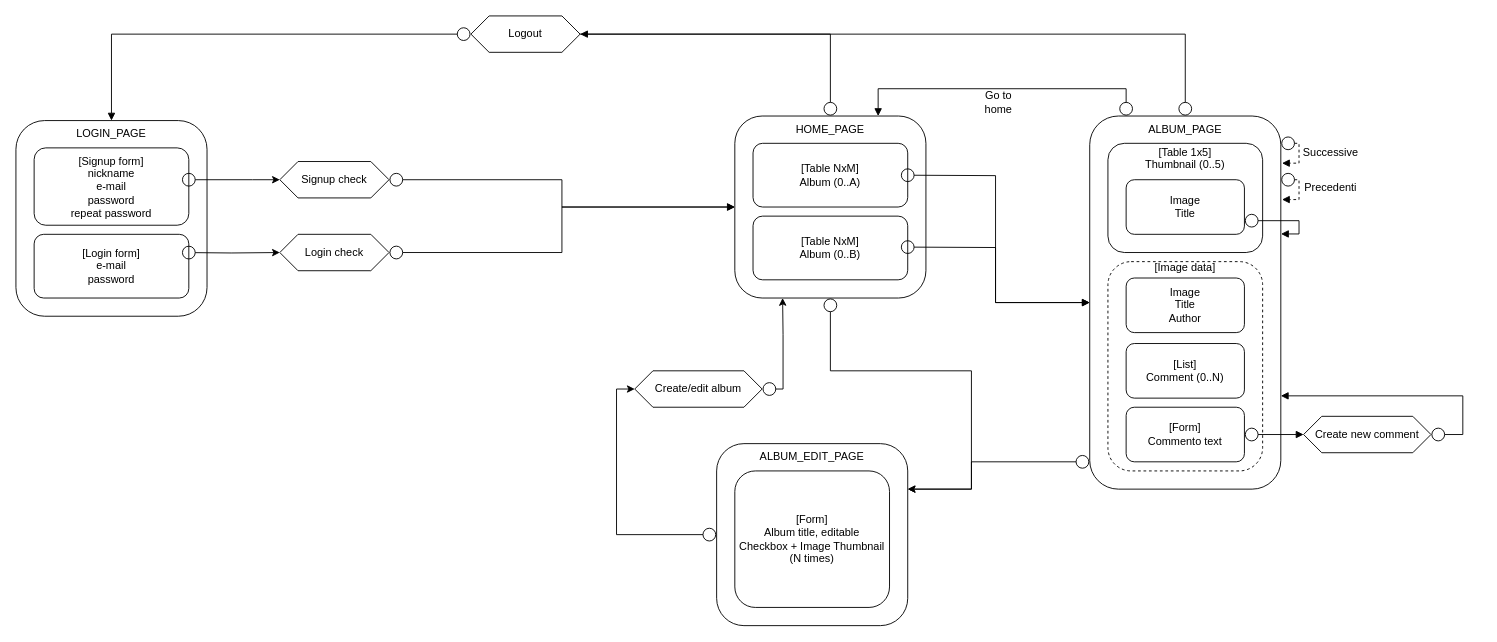
daniLOLZ/TIW-Gallery-2022 keeps this draw.io diagram as Design/Diagramma_IFML.drawio. Above is the earlier version. Source tidied: cells renumbered, new cells numbered last; positions are measured from the earlier drawing's top-left corner, leaving out a move shared by most shapes. Both pictures are drawn from the tidied source at 91%, with x=0, y=0 at pixel (15, 15).
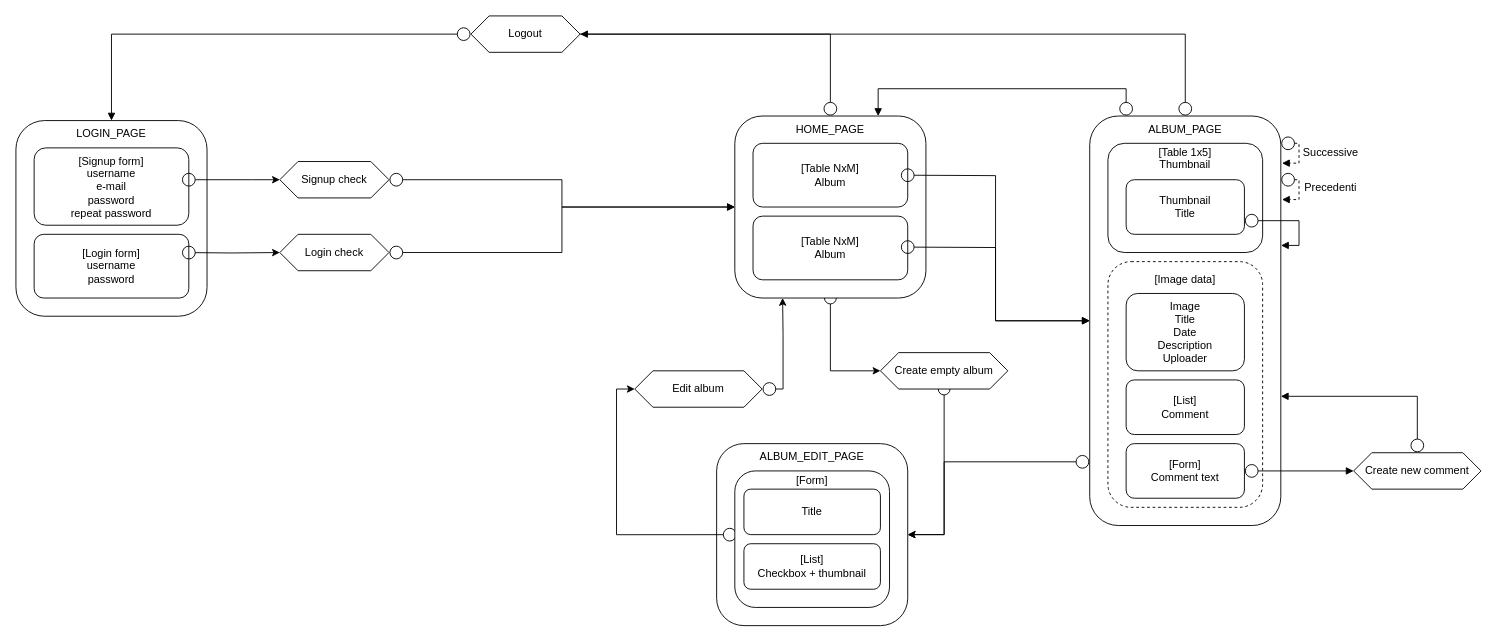
The same diagram, later.

Unchanged cells that the change refers to:
```xml
<mxCell id="5" style="rounded=1;whiteSpace=wrap;html=1;strokeColor=default;" parent="1" vertex="1">
  <mxGeometry x="790" y="110" width="210" height="200" as="geometry" />
</mxCell>
<mxCell id="42" style="rounded=1;whiteSpace=wrap;html=1;strokeColor=default;" parent="1" vertex="1">
  <mxGeometry x="770" y="470" width="210" height="200" as="geometry" />
</mxCell>
```

The edit, as a diff of the source:
```diff
@@
-    <mxCell id="4" style="edgeStyle=orthogonalEdgeStyle;rounded=0;jettySize=auto;html=1;startArrow=circle;startFill=0;entryX=1;entryY=0.25;entryDx=0;entryDy=0;" parent="1" edge="1" source="5" target="42">
-      <mxGeometry relative="1" as="geometry">
-        <Array as="points">
-          <mxPoint x="895" y="390" />
-          <mxPoint x="1050" y="390" />
-          <mxPoint x="1050" y="520" />
-        </Array>
-      </mxGeometry>
-    </mxCell>
+    <mxCell id="48" style="edgeStyle=orthogonalEdgeStyle;rounded=0;jettySize=auto;html=1;entryX=0;entryY=0.5;entryDx=0;entryDy=0;startArrow=oval;startFill=0;startSize=13;" parent="1" edge="1" source="5" target="50">
+      <mxGeometry relative="1" as="geometry" />
+    </mxCell>
@@
-    <mxCell id="6" value="&lt;span&gt;[Table NxM]&lt;/span&gt;&lt;br&gt;&lt;span&gt;Album (0..A)&lt;/span&gt;" style="rounded=1;whiteSpace=wrap;html=1;strokeColor=default;" parent="1" vertex="1">
+    <mxCell id="6" value="&lt;span&gt;[Table NxM]&lt;/span&gt;&lt;br&gt;&lt;span&gt;Album&lt;/span&gt;" style="rounded=1;whiteSpace=wrap;html=1;strokeColor=default;" parent="1" vertex="1">
       <mxGeometry x="810" y="140" width="170" height="70" as="geometry" />
     </mxCell>
@@
-    <mxCell id="10" value="&lt;span&gt;[Table NxM]&lt;/span&gt;&lt;br&gt;&lt;span&gt;Album (0..B)&lt;/span&gt;" style="rounded=1;whiteSpace=wrap;html=1;strokeColor=default;" parent="1" vertex="1">
+    <mxCell id="10" value="&lt;span&gt;[Table NxM]&lt;/span&gt;&lt;br&gt;&lt;span&gt;Album&lt;/span&gt;" style="rounded=1;whiteSpace=wrap;html=1;strokeColor=default;" parent="1" vertex="1">
       <mxGeometry x="810" y="220" width="170" height="70" as="geometry" />
     </mxCell>
@@
-    <mxCell id="12" style="edgeStyle=orthogonalEdgeStyle;rounded=0;jettySize=auto;html=1;entryX=1;entryY=0.25;entryDx=0;entryDy=0;startArrow=circle;startFill=0;" parent="1" edge="1" source="13" target="42">
+    <mxCell id="12" style="edgeStyle=orthogonalEdgeStyle;rounded=0;jettySize=auto;html=1;entryX=1;entryY=0.5;entryDx=0;entryDy=0;startArrow=circle;startFill=0;" parent="1" edge="1" source="13" target="42">
       <mxGeometry relative="1" as="geometry">
         <Array as="points">
-          <mxPoint x="1050" y="490" />
-          <mxPoint x="1050" y="520" />
+          <mxPoint x="1020" y="490" />
+          <mxPoint x="1020" y="570" />
         </Array>
       </mxGeometry>
     </mxCell>
     <mxCell id="13" style="rounded=1;whiteSpace=wrap;html=1;strokeColor=default;" parent="1" vertex="1">
-      <mxGeometry x="1180" y="110" width="210" height="410" as="geometry" />
+      <mxGeometry x="1180" y="110" width="210" height="450" as="geometry" />
     </mxCell>
-    <mxCell id="14" value="&lt;span&gt;[Table 1x5]&lt;/span&gt;&lt;br&gt;&lt;span&gt;Thumbnail (0..5)&lt;br&gt;&lt;br&gt;&lt;br&gt;&lt;br&gt;&lt;br&gt;&lt;br&gt;&lt;br&gt;&lt;/span&gt;" style="rounded=1;whiteSpace=wrap;html=1;strokeColor=default;" parent="1" vertex="1">
+    <mxCell id="14" value="&lt;span&gt;[Table 1x5]&lt;/span&gt;&lt;br&gt;&lt;span&gt;Thumbnail&lt;br&gt;&lt;br&gt;&lt;br&gt;&lt;br&gt;&lt;br&gt;&lt;br&gt;&lt;br&gt;&lt;/span&gt;" style="rounded=1;whiteSpace=wrap;html=1;strokeColor=default;" parent="1" vertex="1">
       <mxGeometry x="1200" y="140" width="170" height="120" as="geometry" />
     </mxCell>
@@
     <mxCell id="19" style="edgeStyle=orthogonalEdgeStyle;rounded=0;jettySize=auto;html=1;entryX=1.001;entryY=0.316;entryDx=0;entryDy=0;entryPerimeter=0;startArrow=circle;startFill=0;endArrow=block;endFill=1;strokeColor=#000000;exitX=1;exitY=0.75;exitDx=0;exitDy=0;" parent="1" edge="1" source="20" target="13">
       <mxGeometry relative="1" as="geometry">
         <Array as="points">
           <mxPoint x="1410" y="225" />
-          <mxPoint x="1410" y="240" />
+          <mxPoint x="1410" y="252" />
         </Array>
       </mxGeometry>
     </mxCell>
-    <mxCell id="20" value="Image&lt;br&gt;Title" style="rounded=1;whiteSpace=wrap;html=1;strokeColor=default;" parent="1" vertex="1">
+    <mxCell id="20" value="Thumbnail&lt;br&gt;Title" style="rounded=1;whiteSpace=wrap;html=1;strokeColor=default;" parent="1" vertex="1">
       <mxGeometry x="1220" y="180" width="130" height="60" as="geometry" />
     </mxCell>
@@
-    <mxCell id="26" value="[Signup form]&lt;br&gt;nickname&lt;br&gt;e-mail&lt;br&gt;password&lt;br&gt;repeat password" style="rounded=1;whiteSpace=wrap;html=1;strokeColor=default;" parent="1" vertex="1">
+    <mxCell id="26" value="[Signup form]&lt;br&gt;username&lt;br&gt;e-mail&lt;br&gt;password&lt;br&gt;repeat password" style="rounded=1;whiteSpace=wrap;html=1;strokeColor=default;" parent="1" vertex="1">
       <mxGeometry x="20" y="145" width="170" height="85" as="geometry" />
     </mxCell>
@@
-    <mxCell id="28" value="[Login form]&lt;br&gt;e-mail&lt;br&gt;password" style="rounded=1;whiteSpace=wrap;html=1;strokeColor=default;" parent="1" vertex="1">
+    <mxCell id="28" value="[Login form]&lt;br&gt;username&lt;br&gt;password" style="rounded=1;whiteSpace=wrap;html=1;strokeColor=default;" parent="1" vertex="1">
       <mxGeometry x="20" y="240" width="170" height="70" as="geometry" />
     </mxCell>
@@
-    <mxCell id="32" value="&lt;span&gt;[Image data]&lt;br&gt;&lt;br&gt;&lt;br&gt;&lt;br&gt;&lt;br&gt;&lt;br&gt;&lt;br&gt;&lt;br&gt;&lt;br&gt;&lt;br&gt;&lt;br&gt;&lt;br&gt;&lt;br&gt;&lt;br&gt;&lt;br&gt;&lt;br&gt;&lt;/span&gt;" style="rounded=1;whiteSpace=wrap;html=1;strokeColor=default;dashed=1;" parent="1" vertex="1">
-      <mxGeometry x="1200" y="270" width="170" height="230" as="geometry" />
+    <mxCell id="32" value="&lt;span&gt;[Image data]&lt;br&gt;&lt;br&gt;&lt;br&gt;&lt;br&gt;&lt;br&gt;&lt;br&gt;&lt;br&gt;&lt;br&gt;&lt;br&gt;&lt;br&gt;&lt;br&gt;&lt;br&gt;&lt;br&gt;&lt;br&gt;&lt;br&gt;&lt;br&gt;&lt;br&gt;&lt;/span&gt;" style="rounded=1;whiteSpace=wrap;html=1;strokeColor=default;dashed=1;" parent="1" vertex="1">
+      <mxGeometry x="1200" y="270" width="170" height="270" as="geometry" />
     </mxCell>
-    <mxCell id="33" value="Image&lt;br&gt;Title&lt;br&gt;Author" style="rounded=1;whiteSpace=wrap;html=1;strokeColor=default;" parent="1" vertex="1">
-      <mxGeometry x="1220" y="288" width="130" height="60" as="geometry" />
+    <mxCell id="33" value="Image&lt;br&gt;Title&lt;br&gt;Date&lt;br&gt;Description&lt;br&gt;Uploader" style="rounded=1;whiteSpace=wrap;html=1;strokeColor=default;" parent="1" vertex="1">
+      <mxGeometry x="1220" y="305" width="130" height="85" as="geometry" />
     </mxCell>
-    <mxCell id="34" value="[List]&lt;br&gt;Comment (0..N)" style="rounded=1;whiteSpace=wrap;html=1;strokeColor=default;" parent="1" vertex="1">
-      <mxGeometry x="1220" y="360" width="130" height="60" as="geometry" />
+    <mxCell id="34" value="[List]&lt;br&gt;Comment" style="rounded=1;whiteSpace=wrap;html=1;strokeColor=default;" parent="1" vertex="1">
+      <mxGeometry x="1220" y="400" width="130" height="60" as="geometry" />
     </mxCell>
@@
-    <mxCell id="36" value="[Form]&lt;br&gt;Commento text" style="rounded=1;whiteSpace=wrap;html=1;strokeColor=default;" parent="1" vertex="1">
-      <mxGeometry x="1220" y="430" width="130" height="60" as="geometry" />
+    <mxCell id="36" value="[Form]&lt;br&gt;Comment text" style="rounded=1;whiteSpace=wrap;html=1;strokeColor=default;" parent="1" vertex="1">
+      <mxGeometry x="1220" y="470" width="130" height="60" as="geometry" />
     </mxCell>
-    <mxCell id="37" style="edgeStyle=orthogonalEdgeStyle;rounded=0;jettySize=auto;html=1;entryX=1;entryY=0.75;entryDx=0;entryDy=0;startArrow=circle;startFill=0;endArrow=block;endFill=1;strokeColor=#000000;" parent="1" edge="1" source="38" target="13">
+    <mxCell id="37" style="edgeStyle=orthogonalEdgeStyle;rounded=0;jettySize=auto;html=1;startArrow=circle;startFill=0;endArrow=block;endFill=1;strokeColor=#000000;" parent="1" edge="1" source="38">
       <mxGeometry relative="1" as="geometry">
+        <mxPoint x="1390" y="418" as="targetPoint" />
         <Array as="points">
-          <mxPoint x="1590" y="460" />
-          <mxPoint x="1590" y="418" />
+          <mxPoint x="1540" y="418" />
         </Array>
       </mxGeometry>
     </mxCell>
     <mxCell id="38" value="Create new comment" style="shape=hexagon;perimeter=hexagonPerimeter2;whiteSpace=wrap;html=1;fixedSize=1;strokeColor=default;" parent="1" vertex="1">
-      <mxGeometry x="1415" y="440" width="140" height="40" as="geometry" />
+      <mxGeometry x="1470" y="480" width="140" height="40" as="geometry" />
     </mxCell>
-    <mxCell id="39" value="Go to home" style="text;html=1;strokeColor=none;fillColor=none;align=center;verticalAlign=middle;whiteSpace=wrap;rounded=0;dashed=1;" parent="1" vertex="1">
-      <mxGeometry x="1050" y="80" width="60" height="30" as="geometry" />
-    </mxCell>
@@
-    <mxCell id="44" style="edgeStyle=orthogonalEdgeStyle;rounded=0;jettySize=auto;html=1;startArrow=circle;startFill=0;exitX=0;exitY=0.5;exitDx=0;exitDy=0;entryX=0;entryY=0.5;entryDx=0;entryDy=0;" parent="1" edge="1" source="42" target="47">
+    <mxCell id="44" style="edgeStyle=orthogonalEdgeStyle;rounded=0;jettySize=auto;html=1;startArrow=circle;startFill=0;exitX=0.014;exitY=0.467;exitDx=0;exitDy=0;entryX=0;entryY=0.5;entryDx=0;entryDy=0;exitPerimeter=0;" parent="1" edge="1" source="45" target="47">
       <mxGeometry relative="1" as="geometry">
         <Array as="points">
           <mxPoint x="660" y="570" />
           <mxPoint x="660" y="410" />
         </Array>
       </mxGeometry>
     </mxCell>
-    <mxCell id="45" value="&lt;span&gt;[Form]&lt;br&gt;&lt;/span&gt;Album title, editable&lt;br&gt;&lt;span&gt;Checkbox + Image Thumbnail (N times)&lt;/span&gt;" style="rounded=1;whiteSpace=wrap;html=1;strokeColor=default;" parent="1" vertex="1">
+    <mxCell id="45" value="&lt;span&gt;[Form]&lt;br&gt;&lt;br&gt;&lt;br&gt;&lt;br&gt;&lt;br&gt;&lt;br&gt;&lt;br&gt;&lt;br&gt;&lt;br&gt;&lt;br&gt;&lt;/span&gt;" style="rounded=1;whiteSpace=wrap;html=1;strokeColor=default;" parent="1" vertex="1">
       <mxGeometry x="790" y="500" width="170" height="150" as="geometry" />
     </mxCell>
@@
-    <mxCell id="47" value="Create/edit album" style="shape=hexagon;perimeter=hexagonPerimeter2;whiteSpace=wrap;html=1;fixedSize=1;strokeColor=default;" parent="1" vertex="1">
+    <mxCell id="47" value="Edit album" style="shape=hexagon;perimeter=hexagonPerimeter2;whiteSpace=wrap;html=1;fixedSize=1;strokeColor=default;" parent="1" vertex="1">
       <mxGeometry x="680" y="390" width="140" height="40" as="geometry" />
     </mxCell>
+    <mxCell id="49" style="edgeStyle=orthogonalEdgeStyle;rounded=0;jettySize=auto;html=1;entryX=1;entryY=0.5;entryDx=0;entryDy=0;startArrow=oval;startFill=0;startSize=13;" parent="1" edge="1" source="50" target="42">
+      <mxGeometry relative="1" as="geometry" />
+    </mxCell>
+    <mxCell id="50" value="Create empty album" style="shape=hexagon;perimeter=hexagonPerimeter2;whiteSpace=wrap;html=1;fixedSize=1;strokeColor=default;" parent="1" vertex="1">
+      <mxGeometry x="950" y="370" width="140" height="40" as="geometry" />
+    </mxCell>
+    <mxCell id="51" value="Title" style="rounded=1;whiteSpace=wrap;html=1;strokeColor=default;" parent="1" vertex="1">
+      <mxGeometry x="800" y="520" width="150" height="50" as="geometry" />
+    </mxCell>
+    <mxCell id="52" value="[List]&lt;br&gt;Checkbox + thumbnail" style="rounded=1;whiteSpace=wrap;html=1;strokeColor=default;" parent="1" vertex="1">
+      <mxGeometry x="800" y="580" width="150" height="50" as="geometry" />
+    </mxCell>
```
